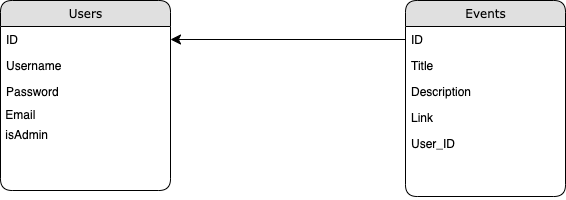
This is src/main/resources/planning/Scan DB Design.png from doi-hackathon/doi-hackathon, a draw.io export, as it was before one commit. Source tidied: cells renumbered, new cells last; positions are measured from the earlier drawing's top-left corner, leaving out a move shared by most shapes.
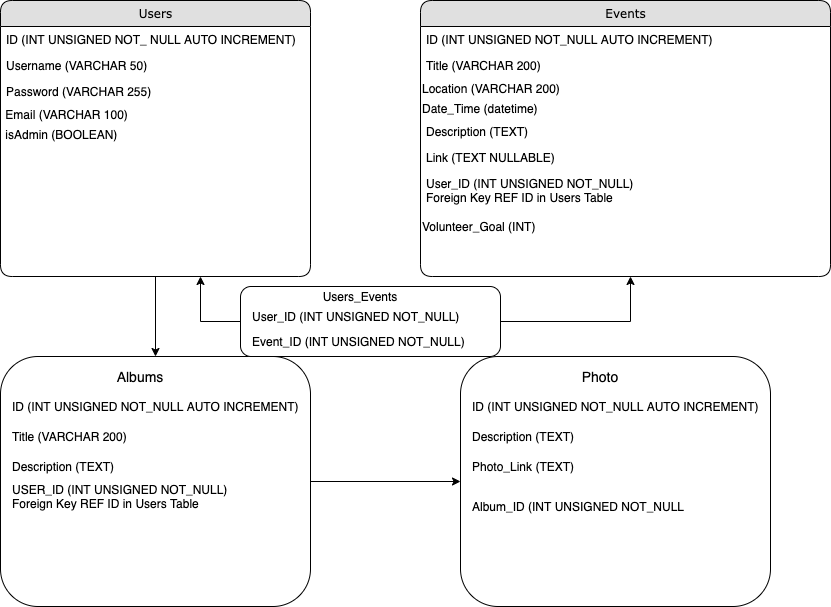
Later version of the same file.

Commit message:
update database design

Diff of the diagram source:
```diff
@@ -3,43 +3,113 @@
     <mxCell id="0" />
     <mxCell id="1" parent="0" />
     <mxCell id="2" value="Events" style="swimlane;html=1;fontStyle=0;horizontal=1;startSize=26;fillColor=#e0e0e0;swimlaneFillColor=#ffffff;align=center;rounded=1;shadow=0;comic=0;labelBackgroundColor=none;strokeWidth=1;fontFamily=Verdana;fontSize=12;" parent="1" vertex="1">
-      <mxGeometry x="405" width="160" height="196" as="geometry" />
+      <mxGeometry x="315" width="410" height="276" as="geometry" />
     </mxCell>
-    <mxCell id="3" value="ID" style="text;html=1;strokeColor=none;fillColor=none;spacingLeft=4;spacingRight=4;whiteSpace=wrap;overflow=hidden;points=[[0,0.5],[1,0.5]];portConstraint=eastwest;" parent="2" vertex="1">
-      <mxGeometry y="26" width="160" height="26" as="geometry" />
+    <mxCell id="3" value="ID (INT UNSIGNED NOT_NULL AUTO INCREMENT)" style="text;html=1;strokeColor=none;fillColor=none;spacingLeft=4;spacingRight=4;whiteSpace=wrap;overflow=hidden;points=[[0,0.5],[1,0.5]];portConstraint=eastwest;" parent="2" vertex="1">
+      <mxGeometry y="26" width="410" height="26" as="geometry" />
     </mxCell>
-    <mxCell id="4" value="Title" style="text;html=1;strokeColor=none;fillColor=none;spacingLeft=4;spacingRight=4;whiteSpace=wrap;overflow=hidden;" parent="2" vertex="1">
-      <mxGeometry y="52" width="160" height="26" as="geometry" />
+    <mxCell id="4" value="Title (VARCHAR 200)" style="text;html=1;strokeColor=none;fillColor=none;spacingLeft=4;spacingRight=4;whiteSpace=wrap;overflow=hidden;" parent="2" vertex="1">
+      <mxGeometry y="52" width="410" height="26" as="geometry" />
     </mxCell>
+    <mxCell id="15" value="Location (VARCHAR 200)" style="text;html=1;strokeColor=none;fillColor=none;align=left;verticalAlign=middle;whiteSpace=wrap;rounded=0;" parent="2" vertex="1">
+      <mxGeometry y="78" width="410" height="20" as="geometry" />
+    </mxCell>
+    <mxCell id="16" value="Date_Time (datetime)" style="text;html=1;strokeColor=none;fillColor=none;align=left;verticalAlign=middle;whiteSpace=wrap;rounded=0;" parent="2" vertex="1">
+      <mxGeometry y="98" width="410" height="20" as="geometry" />
+    </mxCell>
-    <mxCell id="5" value="Description" style="text;html=1;strokeColor=none;fillColor=none;spacingLeft=4;spacingRight=4;whiteSpace=wrap;overflow=hidden;" parent="2" vertex="1">
-      <mxGeometry y="78" width="160" height="26" as="geometry" />
+    <mxCell id="5" value="Description (TEXT)" style="text;html=1;strokeColor=none;fillColor=none;spacingLeft=4;spacingRight=4;whiteSpace=wrap;overflow=hidden;" parent="2" vertex="1">
+      <mxGeometry y="118" width="410" height="26" as="geometry" />
     </mxCell>
-    <mxCell id="6" value="Link" style="text;html=1;strokeColor=none;fillColor=none;spacingLeft=4;spacingRight=4;whiteSpace=wrap;overflow=hidden;" parent="2" vertex="1">
-      <mxGeometry y="104" width="160" height="26" as="geometry" />
+    <mxCell id="6" value="Link (TEXT NULLABLE)" style="text;html=1;strokeColor=none;fillColor=none;spacingLeft=4;spacingRight=4;whiteSpace=wrap;overflow=hidden;" parent="2" vertex="1">
+      <mxGeometry y="144" width="410" height="26" as="geometry" />
     </mxCell>
-    <mxCell id="7" value="User_ID" style="text;html=1;strokeColor=none;fillColor=none;spacingLeft=4;spacingRight=4;whiteSpace=wrap;overflow=hidden;" parent="2" vertex="1">
-      <mxGeometry y="130" width="160" height="66" as="geometry" />
+    <mxCell id="7" value="User_ID (INT UNSIGNED NOT_NULL)&lt;br&gt;Foreign Key REF ID in Users Table" style="text;html=1;strokeColor=none;fillColor=none;spacingLeft=4;spacingRight=4;whiteSpace=wrap;overflow=hidden;" parent="2" vertex="1">
+      <mxGeometry y="170" width="410" height="46" as="geometry" />
     </mxCell>
-    <mxCell id="8" style="edgeStyle=orthogonalEdgeStyle;html=1;exitX=0;exitY=0.5;entryX=1;entryY=0.5;labelBackgroundColor=none;startFill=0;startSize=8;endFill=1;endSize=8;fontFamily=Verdana;fontSize=12;" parent="1" edge="1" source="3" target="10">
-      <mxGeometry relative="1" as="geometry" />
-    </mxCell>
+    <mxCell id="17" value="Volunteer_Goal (INT)" style="text;html=1;strokeColor=none;fillColor=none;align=left;verticalAlign=middle;whiteSpace=wrap;rounded=0;" parent="2" vertex="1">
+      <mxGeometry y="216" width="410" height="20" as="geometry" />
+    </mxCell>
+    <mxCell id="18" style="edgeStyle=orthogonalEdgeStyle;rounded=0;jettySize=auto;html=1;" parent="1" edge="1" source="9" target="20">
+      <mxGeometry relative="1" as="geometry" />
+    </mxCell>
     <mxCell id="9" value="Users" style="swimlane;html=1;fontStyle=0;horizontal=1;startSize=26;fillColor=#e0e0e0;swimlaneFillColor=#ffffff;align=center;rounded=1;shadow=0;comic=0;labelBackgroundColor=none;strokeWidth=1;fontFamily=Verdana;fontSize=12;" parent="1" vertex="1">
-      <mxGeometry width="170" height="190" as="geometry" />
+      <mxGeometry x="-105" width="310" height="276" as="geometry" />
     </mxCell>
-    <mxCell id="10" value="ID" style="text;html=1;strokeColor=none;fillColor=none;spacingLeft=4;spacingRight=4;whiteSpace=wrap;overflow=hidden;points=[[0,0.5],[1,0.5]];portConstraint=eastwest;" parent="9" vertex="1">
-      <mxGeometry y="26" width="170" height="26" as="geometry" />
+    <mxCell id="10" value="ID (INT UNSIGNED NOT_ NULL AUTO INCREMENT)" style="text;html=1;strokeColor=none;fillColor=none;spacingLeft=4;spacingRight=4;whiteSpace=wrap;overflow=hidden;points=[[0,0.5],[1,0.5]];portConstraint=eastwest;" parent="9" vertex="1">
+      <mxGeometry y="26" width="310" height="26" as="geometry" />
     </mxCell>
-    <mxCell id="11" value="Username" style="text;html=1;strokeColor=none;fillColor=none;spacingLeft=4;spacingRight=4;whiteSpace=wrap;overflow=hidden;" parent="9" vertex="1">
-      <mxGeometry y="52" width="170" height="26" as="geometry" />
+    <mxCell id="11" value="Username (VARCHAR 50)" style="text;html=1;strokeColor=none;fillColor=none;spacingLeft=4;spacingRight=4;whiteSpace=wrap;overflow=hidden;" parent="9" vertex="1">
+      <mxGeometry y="52" width="310" height="26" as="geometry" />
     </mxCell>
-    <mxCell id="12" value="Password" style="text;html=1;strokeColor=none;fillColor=none;spacingLeft=4;spacingRight=4;whiteSpace=wrap;overflow=hidden;" parent="9" vertex="1">
-      <mxGeometry y="78" width="170" height="26" as="geometry" />
+    <mxCell id="12" value="Password (VARCHAR 255)" style="text;html=1;strokeColor=none;fillColor=none;spacingLeft=4;spacingRight=4;whiteSpace=wrap;overflow=hidden;" parent="9" vertex="1">
+      <mxGeometry y="78" width="310" height="26" as="geometry" />
     </mxCell>
-    <mxCell id="13" value="&amp;nbsp;Email" style="text;html=1;strokeColor=none;fillColor=none;align=left;verticalAlign=middle;whiteSpace=wrap;rounded=0;" parent="9" vertex="1">
-      <mxGeometry y="104" width="170" height="20" as="geometry" />
+    <mxCell id="13" value="&amp;nbsp;Email (VARCHAR 100)" style="text;html=1;strokeColor=none;fillColor=none;align=left;verticalAlign=middle;whiteSpace=wrap;rounded=0;" parent="9" vertex="1">
+      <mxGeometry y="104" width="310" height="20" as="geometry" />
     </mxCell>
-    <mxCell id="14" value="&amp;nbsp;isAdmin" style="text;html=1;strokeColor=none;fillColor=none;align=left;verticalAlign=middle;whiteSpace=wrap;rounded=0;" parent="9" vertex="1">
-      <mxGeometry y="124" width="170" height="20" as="geometry" />
+    <mxCell id="14" value="&amp;nbsp;isAdmin (BOOLEAN)" style="text;html=1;strokeColor=none;fillColor=none;align=left;verticalAlign=middle;whiteSpace=wrap;rounded=0;" parent="9" vertex="1">
+      <mxGeometry y="124" width="310" height="20" as="geometry" />
     </mxCell>
+    <mxCell id="19" style="edgeStyle=orthogonalEdgeStyle;rounded=0;jettySize=auto;html=1;exitX=1;exitY=0.5;exitDx=0;exitDy=0;entryX=0;entryY=0.5;entryDx=0;entryDy=0;" parent="1" edge="1" source="20" target="21">
+      <mxGeometry relative="1" as="geometry" />
+    </mxCell>
+    <mxCell id="20" style="rounded=1;whiteSpace=wrap;html=1;" parent="1" vertex="1">
+      <mxGeometry x="-105" y="356" width="310" height="250" as="geometry" />
+    </mxCell>
+    <mxCell id="21" style="rounded=1;whiteSpace=wrap;html=1;" parent="1" vertex="1">
+      <mxGeometry x="355" y="356" width="310" height="250" as="geometry" />
+    </mxCell>
+    <mxCell id="22" value="&lt;font style=&quot;font-size: 14px&quot;&gt;Albums&lt;br&gt;&lt;/font&gt;" style="text;html=1;strokeColor=none;fillColor=none;align=center;verticalAlign=middle;whiteSpace=wrap;rounded=0;" parent="1" vertex="1">
+      <mxGeometry x="15" y="366" width="40" height="20" as="geometry" />
+    </mxCell>
+    <mxCell id="23" value="Title (VARCHAR 200)" style="text;html=1;strokeColor=none;fillColor=none;align=left;verticalAlign=middle;whiteSpace=wrap;rounded=0;" parent="1" vertex="1">
+      <mxGeometry x="-95" y="426" width="290" height="20" as="geometry" />
+    </mxCell>
+    <mxCell id="24" value="ID (INT UNSIGNED NOT_NULL AUTO INCREMENT)" style="text;html=1;strokeColor=none;fillColor=none;align=left;verticalAlign=middle;whiteSpace=wrap;rounded=0;" parent="1" vertex="1">
+      <mxGeometry x="-95" y="396" width="290" height="20" as="geometry" />
+    </mxCell>
+    <mxCell id="25" value="Description (TEXT)" style="text;html=1;strokeColor=none;fillColor=none;align=left;verticalAlign=middle;whiteSpace=wrap;rounded=0;" parent="1" vertex="1">
+      <mxGeometry x="-95" y="456" width="290" height="20" as="geometry" />
+    </mxCell>
+    <mxCell id="26" value="USER_ID (INT UNSIGNED NOT_NULL)&lt;br&gt;Foreign Key REF ID in Users Table" style="text;html=1;strokeColor=none;fillColor=none;align=left;verticalAlign=middle;whiteSpace=wrap;rounded=0;" parent="1" vertex="1">
+      <mxGeometry x="-95" y="486" width="290" height="20" as="geometry" />
+    </mxCell>
+    <mxCell id="27" value="&lt;font style=&quot;font-size: 14px&quot;&gt;Photo&lt;/font&gt;" style="text;html=1;strokeColor=none;fillColor=none;align=center;verticalAlign=middle;whiteSpace=wrap;rounded=0;" parent="1" vertex="1">
+      <mxGeometry x="475" y="366" width="40" height="20" as="geometry" />
+    </mxCell>
+    <mxCell id="28" value="ID (INT UNSIGNED NOT_NULL AUTO INCREMENT)" style="text;html=1;strokeColor=none;fillColor=none;align=left;verticalAlign=middle;whiteSpace=wrap;rounded=0;" parent="1" vertex="1">
+      <mxGeometry x="365" y="396" width="290" height="20" as="geometry" />
+    </mxCell>
+    <mxCell id="29" value="Description (TEXT)" style="text;html=1;strokeColor=none;fillColor=none;align=left;verticalAlign=middle;whiteSpace=wrap;rounded=0;" parent="1" vertex="1">
+      <mxGeometry x="365" y="426" width="290" height="20" as="geometry" />
+    </mxCell>
+    <mxCell id="30" value="Photo_Link (TEXT)" style="text;html=1;strokeColor=none;fillColor=none;align=left;verticalAlign=middle;whiteSpace=wrap;rounded=0;" parent="1" vertex="1">
+      <mxGeometry x="365" y="456" width="290" height="20" as="geometry" />
+    </mxCell>
+    <mxCell id="31" value="Album_ID (INT UNSIGNED NOT_NULL" style="text;html=1;strokeColor=none;fillColor=none;align=left;verticalAlign=middle;whiteSpace=wrap;rounded=0;" parent="1" vertex="1">
+      <mxGeometry x="365" y="496" width="270" height="20" as="geometry" />
+    </mxCell>
+    <mxCell id="32" style="edgeStyle=orthogonalEdgeStyle;rounded=0;jettySize=auto;html=1;exitX=0;exitY=0.5;exitDx=0;exitDy=0;" parent="1" edge="1" source="34">
+      <mxGeometry relative="1" as="geometry">
+        <mxPoint x="95" y="276" as="targetPoint" />
+      </mxGeometry>
+    </mxCell>
+    <mxCell id="33" style="edgeStyle=orthogonalEdgeStyle;rounded=0;jettySize=auto;html=1;exitX=1;exitY=0.5;exitDx=0;exitDy=0;" parent="1" edge="1" source="34">
+      <mxGeometry relative="1" as="geometry">
+        <mxPoint x="525" y="276" as="targetPoint" />
+      </mxGeometry>
+    </mxCell>
+    <mxCell id="34" style="rounded=1;whiteSpace=wrap;html=1;align=left;" parent="1" vertex="1">
+      <mxGeometry x="135" y="286" width="260" height="70" as="geometry" />
+    </mxCell>
+    <mxCell id="35" value="Users_Events" style="text;html=1;strokeColor=none;fillColor=none;align=center;verticalAlign=middle;whiteSpace=wrap;rounded=0;" parent="1" vertex="1">
+      <mxGeometry x="235" y="286" width="40" height="20" as="geometry" />
+    </mxCell>
+    <mxCell id="36" value="User_ID (INT UNSIGNED NOT_NULL)" style="text;html=1;strokeColor=none;fillColor=none;align=left;verticalAlign=middle;whiteSpace=wrap;rounded=0;" parent="1" vertex="1">
+      <mxGeometry x="145" y="306" width="240" height="20" as="geometry" />
+    </mxCell>
+    <mxCell id="37" value="Event_ID (INT UNSIGNED NOT_NULL)" style="text;html=1;strokeColor=none;fillColor=none;align=left;verticalAlign=middle;whiteSpace=wrap;rounded=0;" parent="1" vertex="1">
+      <mxGeometry x="145" y="331" width="230" height="20" as="geometry" />
+    </mxCell>
   </root>
 </mxGraphModel>
```
